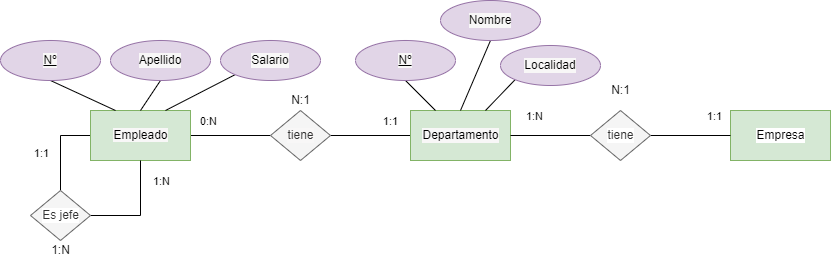
Earlier version of the draw.io export tareas/unidad-2/tarea-1/imágenes/ejercicio6.drawio.png (ManuelsDAM/base-datos). Source tidied: cells renumbered, new cells last; positions are measured from the earlier drawing's top-left corner, leaving out a move shared by most shapes.
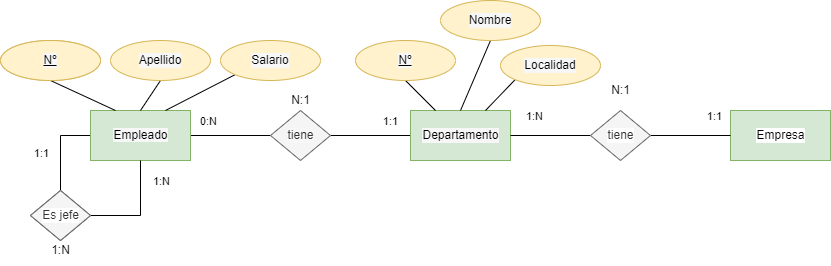
After the commit.

Change to the diagram source:
```diff
@@ -42,37 +42,37 @@
     <mxCell id="11" style="edgeStyle=none;rounded=0;html=1;exitX=0.5;exitY=1;exitDx=0;exitDy=0;entryX=0.25;entryY=0;entryDx=0;entryDy=0;fontColor=#000000;endArrow=none;endFill=0;" parent="1" edge="1" source="12" target="10">
       <mxGeometry relative="1" as="geometry" />
     </mxCell>
-    <mxCell id="12" value="&lt;font color=&quot;#000000&quot;&gt;Nº&lt;/font&gt;" style="ellipse;whiteSpace=wrap;html=1;align=center;fontStyle=4;labelBackgroundColor=#f8f7f7;fillColor=#e1d5e7;strokeColor=#9673a6;" parent="1" vertex="1">
+    <mxCell id="12" value="&lt;font color=&quot;#000000&quot;&gt;Nº&lt;/font&gt;" style="ellipse;whiteSpace=wrap;html=1;align=center;fontStyle=4;labelBackgroundColor=#f8f7f7;fillColor=#fff2cc;strokeColor=#d6b656;" parent="1" vertex="1">
       <mxGeometry x="355" y="40" width="100" height="40" as="geometry" />
     </mxCell>
     <mxCell id="13" style="edgeStyle=none;rounded=0;html=1;exitX=0;exitY=1;exitDx=0;exitDy=0;entryX=0.75;entryY=0;entryDx=0;entryDy=0;fontColor=#000000;endArrow=none;endFill=0;" parent="1" edge="1" source="14" target="10">
       <mxGeometry relative="1" as="geometry" />
     </mxCell>
-    <mxCell id="14" value="&lt;font color=&quot;#000000&quot;&gt;Localidad&lt;/font&gt;" style="ellipse;whiteSpace=wrap;html=1;align=center;labelBackgroundColor=#f8f7f7;fillColor=#e1d5e7;strokeColor=#9673a6;" parent="1" vertex="1">
+    <mxCell id="14" value="&lt;font color=&quot;#000000&quot;&gt;Localidad&lt;/font&gt;" style="ellipse;whiteSpace=wrap;html=1;align=center;labelBackgroundColor=#f8f7f7;fillColor=#fff2cc;strokeColor=#d6b656;" parent="1" vertex="1">
       <mxGeometry x="500" y="45" width="100" height="40" as="geometry" />
     </mxCell>
     <mxCell id="15" style="edgeStyle=none;rounded=0;html=1;exitX=0.5;exitY=1;exitDx=0;exitDy=0;entryX=0.5;entryY=0;entryDx=0;entryDy=0;fontColor=#000000;endArrow=none;endFill=0;" parent="1" edge="1" source="16" target="10">
       <mxGeometry relative="1" as="geometry" />
     </mxCell>
-    <mxCell id="16" value="&lt;font color=&quot;#000000&quot;&gt;Nombre&lt;/font&gt;" style="ellipse;whiteSpace=wrap;html=1;align=center;labelBackgroundColor=#f8f7f7;fillColor=#e1d5e7;strokeColor=#9673a6;" parent="1" vertex="1">
+    <mxCell id="16" value="&lt;font color=&quot;#000000&quot;&gt;Nombre&lt;/font&gt;" style="ellipse;whiteSpace=wrap;html=1;align=center;labelBackgroundColor=#f8f7f7;fillColor=#fff2cc;strokeColor=#d6b656;" parent="1" vertex="1">
       <mxGeometry x="440" width="100" height="40" as="geometry" />
     </mxCell>
     <mxCell id="17" style="edgeStyle=none;rounded=0;html=1;exitX=0.5;exitY=1;exitDx=0;exitDy=0;fontColor=#000000;endArrow=none;endFill=0;entryX=0.25;entryY=0;entryDx=0;entryDy=0;" parent="1" edge="1" source="18" target="6">
       <mxGeometry relative="1" as="geometry" />
     </mxCell>
-    <mxCell id="18" value="&lt;font color=&quot;#000000&quot;&gt;Nº&lt;/font&gt;" style="ellipse;whiteSpace=wrap;html=1;align=center;fontStyle=4;labelBackgroundColor=#f8f7f7;fillColor=#e1d5e7;strokeColor=#9673a6;" parent="1" vertex="1">
+    <mxCell id="18" value="&lt;font color=&quot;#000000&quot;&gt;Nº&lt;/font&gt;" style="ellipse;whiteSpace=wrap;html=1;align=center;fontStyle=4;labelBackgroundColor=#f8f7f7;fillColor=#fff2cc;strokeColor=#d6b656;" parent="1" vertex="1">
       <mxGeometry y="40" width="100" height="40" as="geometry" />
     </mxCell>
     <mxCell id="19" style="edgeStyle=none;rounded=0;html=1;exitX=0;exitY=1;exitDx=0;exitDy=0;fontColor=#000000;endArrow=none;endFill=0;entryX=0.75;entryY=0;entryDx=0;entryDy=0;" parent="1" edge="1" source="20" target="6">
       <mxGeometry relative="1" as="geometry" />
     </mxCell>
-    <mxCell id="20" value="&lt;font color=&quot;#000000&quot;&gt;Salario&lt;/font&gt;" style="ellipse;whiteSpace=wrap;html=1;align=center;labelBackgroundColor=#f8f7f7;fillColor=#e1d5e7;strokeColor=#9673a6;" parent="1" vertex="1">
+    <mxCell id="20" value="&lt;font color=&quot;#000000&quot;&gt;Salario&lt;/font&gt;" style="ellipse;whiteSpace=wrap;html=1;align=center;labelBackgroundColor=#f8f7f7;fillColor=#fff2cc;strokeColor=#d6b656;" parent="1" vertex="1">
       <mxGeometry x="220" y="40" width="100" height="40" as="geometry" />
     </mxCell>
     <mxCell id="21" style="edgeStyle=none;rounded=0;html=1;exitX=0.5;exitY=1;exitDx=0;exitDy=0;fontColor=#000000;endArrow=none;endFill=0;entryX=0.5;entryY=0;entryDx=0;entryDy=0;" parent="1" edge="1" source="22" target="6">
       <mxGeometry relative="1" as="geometry" />
     </mxCell>
-    <mxCell id="22" value="&lt;font color=&quot;#000000&quot;&gt;Apellido&lt;/font&gt;" style="ellipse;whiteSpace=wrap;html=1;align=center;labelBackgroundColor=#f8f7f7;fillColor=#e1d5e7;strokeColor=#9673a6;" parent="1" vertex="1">
+    <mxCell id="22" value="&lt;font color=&quot;#000000&quot;&gt;Apellido&lt;/font&gt;" style="ellipse;whiteSpace=wrap;html=1;align=center;labelBackgroundColor=#f8f7f7;fillColor=#fff2cc;strokeColor=#d6b656;" parent="1" vertex="1">
       <mxGeometry x="110" y="40" width="100" height="40" as="geometry" />
     </mxCell>
     <mxCell id="23" style="edgeStyle=none;rounded=0;html=1;exitX=1;exitY=0.5;exitDx=0;exitDy=0;entryX=0.5;entryY=1;entryDx=0;entryDy=0;fontColor=#000000;endArrow=none;endFill=0;" parent="1" edge="1" source="26" target="6">
@@ -127,5 +127,17 @@
     <mxCell id="36" value="&lt;span style=&quot;background-color: rgb(255, 255, 255);&quot;&gt;N:1&lt;/span&gt;" style="text;html=1;align=center;verticalAlign=middle;strokeColor=none;fillColor=none;fontColor=#000000;" parent="34" vertex="1">
       <mxGeometry x="10" width="40" height="30" as="geometry" />
     </mxCell>
+    <mxCell id="37" style="group;" parent="1" vertex="1">
+      <mxGeometry x="30" y="190" width="60" height="75" as="geometry" />
+    </mxCell>
+    <mxCell id="38" value="Es jefe" style="shape=rhombus;html=1;dashed=0;whitespace=wrap;perimeter=rhombusPerimeter;labelBackgroundColor=#FFFFFF;fontColor=#333333;fillColor=#f5f5f5;strokeColor=#666666;" parent="37" vertex="1">
+      <mxGeometry width="60" height="50" as="geometry" />
+    </mxCell>
+    <mxCell id="39" value="&lt;span style=&quot;background-color: rgb(255, 255, 255);&quot;&gt;1:N&lt;/span&gt;" style="text;html=1;align=center;verticalAlign=middle;strokeColor=none;fillColor=none;fontColor=#000000;" parent="37" vertex="1">
+      <mxGeometry x="10" y="45" width="40" height="30" as="geometry" />
+    </mxCell>
+    <mxCell id="40" value="&lt;font color=&quot;#000000&quot;&gt;Nº&lt;/font&gt;" style="ellipse;whiteSpace=wrap;html=1;align=center;fontStyle=4;labelBackgroundColor=#f8f7f7;fillColor=#fff2cc;strokeColor=#d6b656;" parent="1" vertex="1">
+      <mxGeometry y="40" width="100" height="40" as="geometry" />
+    </mxCell>
   </root>
 </mxGraphModel>
```
